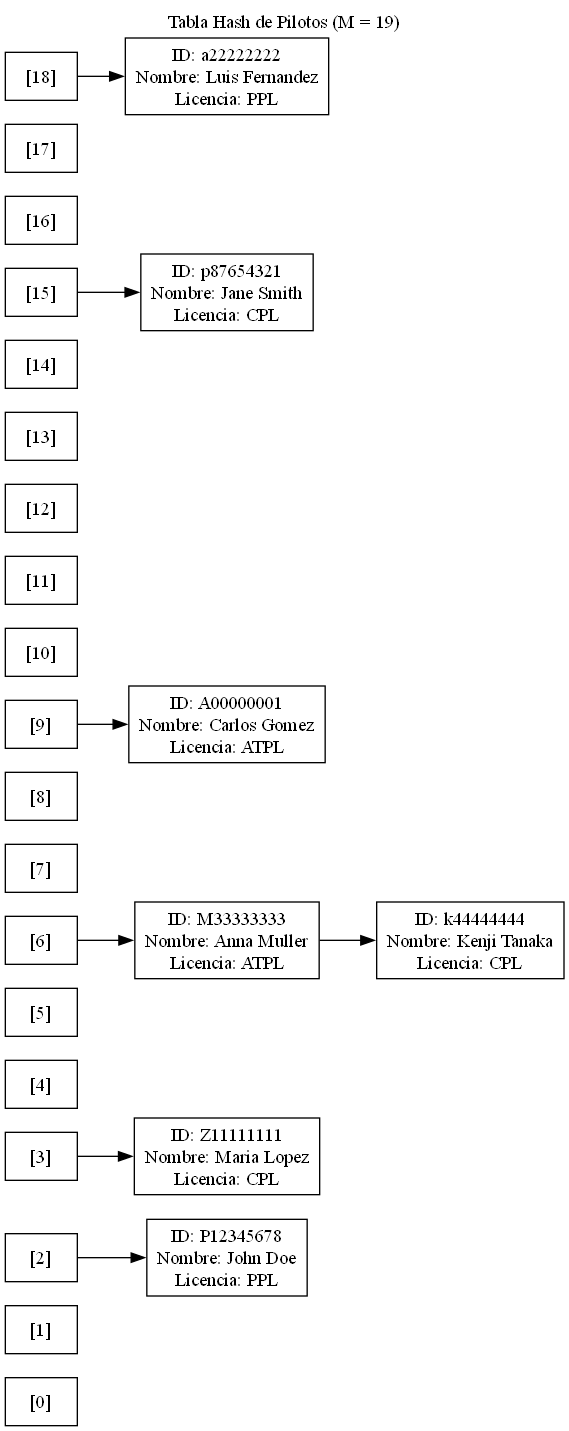
natstyles/202400111_EDD_Proyecto keeps this Graphviz diagram as src/tabla_hash_pilotos.png. Above is the earlier version. Its source is kept beside it as src/tabla_hash_pilotos.dot.
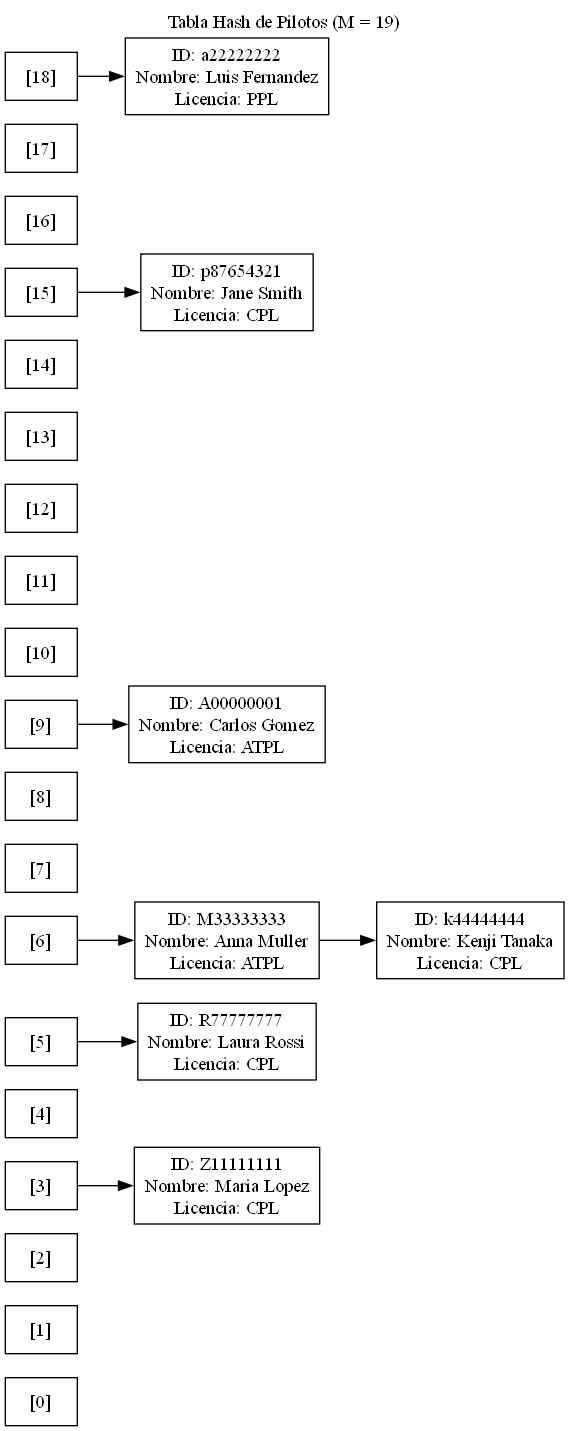
The same diagram one commit later.

What changed in the source:
```diff
@@ -6,13 +6,13 @@
 b0 [label="[0]"];
 b1 [label="[1]"];
 b2 [label="[2]"];
-b2_n0 [label="ID: P12345678\nNombre: John Doe\nLicencia: PPL"];
-b2 -> b2_n0;
 b3 [label="[3]"];
 b3_n0 [label="ID: Z11111111\nNombre: Maria Lopez\nLicencia: CPL"];
 b3 -> b3_n0;
 b4 [label="[4]"];
 b5 [label="[5]"];
+b5_n0 [label="ID: R77777777\nNombre: Laura Rossi\nLicencia: CPL"];
+b5 -> b5_n0;
 b6 [label="[6]"];
 b6_n0 [label="ID: M33333333\nNombre: Anna Muller\nLicencia: ATPL"];
 b6 -> b6_n0;
```
